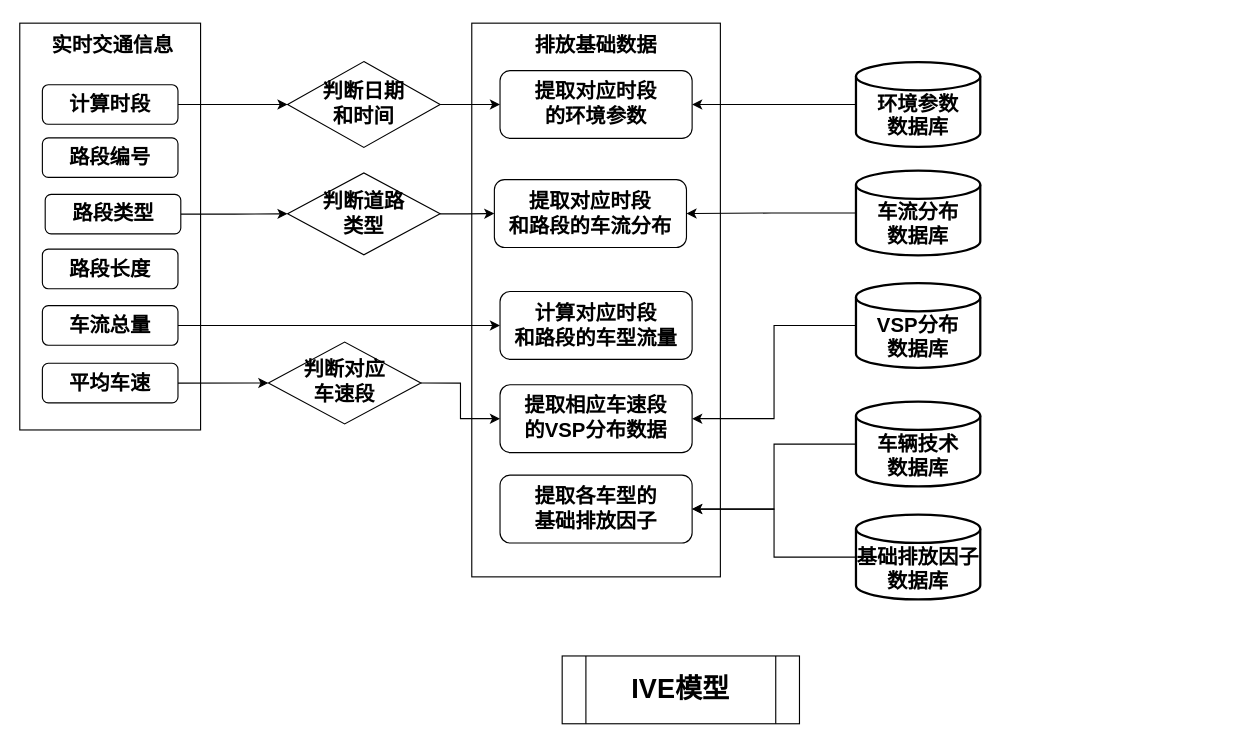
WienWong/Misc keeps this draw.io diagram as 论文给出的机动车排放量计算流程图.drawio. Above is the earlier version. Source tidied: cells renumbered, new cells numbered last; positions are measured from the earlier drawing's top-left corner, leaving out a move shared by most shapes. Both pictures are drawn from the tidied source at 113%, with x=0, y=0 at pixel (19, 23).
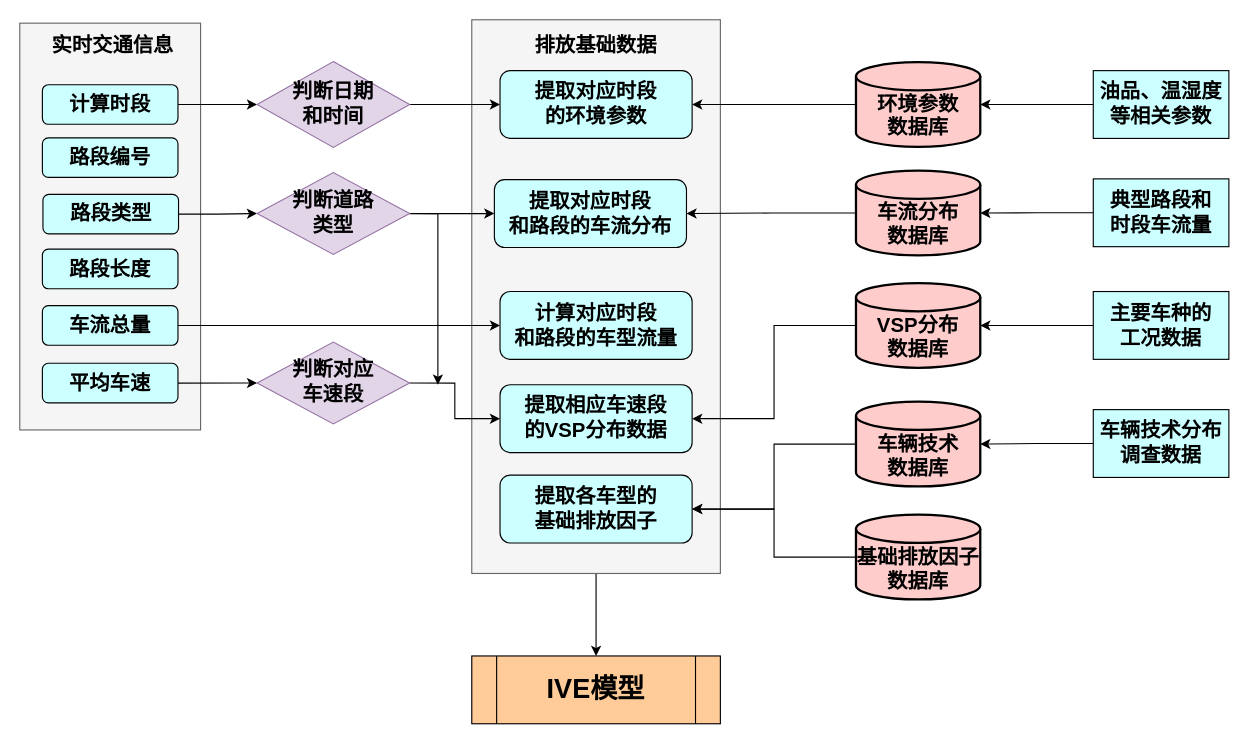
After the change.

Commit message (it also covers changes not shown here):
Update 论文给出的机动车排放量计算流程图.drawio

Diff of the diagram source:
```diff
@@
-    <mxCell id="2" style="rounded=0;whiteSpace=wrap;html=1;" parent="1" vertex="1">
+    <mxCell id="2" style="rounded=0;whiteSpace=wrap;html=1;fillColor=#f5f5f5;strokeColor=#666666;fontColor=#333333;" parent="1" vertex="1">
       <mxGeometry width="160" height="360" as="geometry" />
     </mxCell>
+    <mxCell id="38" style="edgeStyle=orthogonalEdgeStyle;rounded=0;jettySize=auto;html=1;exitX=0.5;exitY=1;exitDx=0;exitDy=0;" parent="1" edge="1" source="3" target="21">
+      <mxGeometry relative="1" as="geometry" />
+    </mxCell>
-    <mxCell id="3" style="rounded=0;whiteSpace=wrap;html=1;" parent="1" vertex="1">
-      <mxGeometry x="400" width="220" height="490" as="geometry" />
+    <mxCell id="3" style="rounded=0;whiteSpace=wrap;html=1;fillColor=#f5f5f5;strokeColor=#666666;fontColor=#333333;" parent="1" vertex="1">
+      <mxGeometry x="400" y="-3" width="220" height="490" as="geometry" />
     </mxCell>
@@
-    <mxCell id="5" value="&lt;font style=&quot;font-size: 18px&quot;&gt;&lt;b&gt;计算时段&lt;/b&gt;&lt;/font&gt;" style="rounded=1;whiteSpace=wrap;html=1;" parent="1" vertex="1">
+    <mxCell id="5" value="&lt;font style=&quot;font-size: 18px&quot;&gt;&lt;b&gt;计算时段&lt;/b&gt;&lt;/font&gt;" style="rounded=1;whiteSpace=wrap;html=1;fillColor=#CCFFFF;" parent="1" vertex="1">
       <mxGeometry x="20" y="54.5" width="120" height="35" as="geometry" />
     </mxCell>
@@
-    <mxCell id="7" value="&lt;b style=&quot;font-size: 18px&quot;&gt;计算对应时段&lt;br&gt;和路段的车型流量&lt;/b&gt;" style="rounded=1;whiteSpace=wrap;html=1;" parent="1" vertex="1">
+    <mxCell id="7" value="&lt;b style=&quot;font-size: 18px&quot;&gt;计算对应时段&lt;br&gt;和路段的车型流量&lt;/b&gt;" style="rounded=1;whiteSpace=wrap;html=1;fillColor=#CCFFFF;" parent="1" vertex="1">
       <mxGeometry x="425" y="237.5" width="170" height="60" as="geometry" />
     </mxCell>
-    <mxCell id="8" value="&lt;b style=&quot;font-size: 18px&quot;&gt;提取对应时段&lt;br&gt;的环境参数&lt;/b&gt;" style="rounded=1;whiteSpace=wrap;html=1;" parent="1" vertex="1">
+    <mxCell id="8" value="&lt;b style=&quot;font-size: 18px&quot;&gt;提取对应时段&lt;br&gt;的环境参数&lt;/b&gt;" style="rounded=1;whiteSpace=wrap;html=1;fillColor=#CCFFFF;" parent="1" vertex="1">
       <mxGeometry x="425" y="42" width="170" height="60" as="geometry" />
     </mxCell>
-    <mxCell id="9" value="&lt;b style=&quot;font-size: 18px&quot;&gt;提取对应时段&lt;br&gt;和路段的车流分布&lt;/b&gt;" style="rounded=1;whiteSpace=wrap;html=1;" parent="1" vertex="1">
+    <mxCell id="9" value="&lt;b style=&quot;font-size: 18px&quot;&gt;提取对应时段&lt;br&gt;和路段的车流分布&lt;/b&gt;" style="rounded=1;whiteSpace=wrap;html=1;fillColor=#CCFFFF;" parent="1" vertex="1">
       <mxGeometry x="420" y="138.5" width="170" height="60" as="geometry" />
     </mxCell>
-    <mxCell id="10" value="&lt;b style=&quot;font-size: 18px&quot;&gt;提取相应车速段&lt;br&gt;的VSP分布数据&lt;/b&gt;" style="rounded=1;whiteSpace=wrap;html=1;" parent="1" vertex="1">
+    <mxCell id="10" value="&lt;b style=&quot;font-size: 18px&quot;&gt;提取相应车速段&lt;br&gt;的VSP分布数据&lt;/b&gt;" style="rounded=1;whiteSpace=wrap;html=1;fillColor=#CCFFFF;" parent="1" vertex="1">
       <mxGeometry x="425" y="320" width="170" height="60" as="geometry" />
     </mxCell>
-    <mxCell id="11" value="&lt;b style=&quot;font-size: 18px&quot;&gt;提取各车型的&lt;br&gt;基础排放因子&lt;br&gt;&lt;/b&gt;" style="rounded=1;whiteSpace=wrap;html=1;" parent="1" vertex="1">
+    <mxCell id="11" value="&lt;b style=&quot;font-size: 18px&quot;&gt;提取各车型的&lt;br&gt;基础排放因子&lt;br&gt;&lt;/b&gt;" style="rounded=1;whiteSpace=wrap;html=1;fillColor=#CCFFFF;" parent="1" vertex="1">
       <mxGeometry x="425" y="400" width="170" height="60" as="geometry" />
     </mxCell>
@@
-    <mxCell id="13" value="&lt;b style=&quot;font-size: 18px&quot;&gt;路段编号&lt;/b&gt;" style="rounded=1;whiteSpace=wrap;html=1;" parent="1" vertex="1">
+    <mxCell id="13" value="&lt;b style=&quot;font-size: 18px&quot;&gt;路段编号&lt;/b&gt;" style="rounded=1;whiteSpace=wrap;html=1;fillColor=#CCFFFF;" parent="1" vertex="1">
       <mxGeometry x="20" y="101.5" width="120" height="35" as="geometry" />
     </mxCell>
@@
-    <mxCell id="15" value="&lt;b style=&quot;font-size: 18px&quot;&gt;路段类型&lt;/b&gt;" style="rounded=1;whiteSpace=wrap;html=1;" parent="1" vertex="1">
-      <mxGeometry x="22.5" y="151.5" width="120" height="35" as="geometry" />
+    <mxCell id="15" value="&lt;b style=&quot;font-size: 18px&quot;&gt;路段类型&lt;/b&gt;" style="rounded=1;whiteSpace=wrap;html=1;fillColor=#CCFFFF;" parent="1" vertex="1">
+      <mxGeometry x="20.5" y="151.5" width="120" height="35" as="geometry" />
     </mxCell>
-    <mxCell id="16" value="&lt;b style=&quot;font-size: 18px&quot;&gt;路段长度&lt;/b&gt;" style="rounded=1;whiteSpace=wrap;html=1;" parent="1" vertex="1">
+    <mxCell id="16" value="&lt;b style=&quot;font-size: 18px&quot;&gt;路段长度&lt;/b&gt;" style="rounded=1;whiteSpace=wrap;html=1;fillColor=#CCFFFF;" parent="1" vertex="1">
       <mxGeometry x="20" y="200" width="120" height="35" as="geometry" />
     </mxCell>
@@
-    <mxCell id="18" value="&lt;b style=&quot;font-size: 18px&quot;&gt;车流总量&lt;/b&gt;" style="rounded=1;whiteSpace=wrap;html=1;" parent="1" vertex="1">
+    <mxCell id="18" value="&lt;b style=&quot;font-size: 18px&quot;&gt;车流总量&lt;/b&gt;" style="rounded=1;whiteSpace=wrap;html=1;fillColor=#CCFFFF;" parent="1" vertex="1">
       <mxGeometry x="20" y="250" width="120" height="35" as="geometry" />
     </mxCell>
@@
-    <mxCell id="20" value="&lt;b style=&quot;font-size: 18px&quot;&gt;平均车速&lt;/b&gt;" style="rounded=1;whiteSpace=wrap;html=1;" parent="1" vertex="1">
+    <mxCell id="20" value="&lt;b style=&quot;font-size: 18px&quot;&gt;平均车速&lt;/b&gt;" style="rounded=1;whiteSpace=wrap;html=1;fillColor=#CCFFFF;" parent="1" vertex="1">
       <mxGeometry x="20" y="301" width="120" height="35" as="geometry" />
     </mxCell>
-    <mxCell id="21" value="&lt;font style=&quot;font-size: 24px&quot;&gt;&lt;b&gt;IVE模型&lt;/b&gt;&lt;/font&gt;" style="shape=process;whiteSpace=wrap;html=1;backgroundOutline=1;" parent="1" vertex="1">
-      <mxGeometry x="480" y="560" width="210" height="60" as="geometry" />
+    <mxCell id="21" value="&lt;font style=&quot;font-size: 24px&quot;&gt;&lt;b&gt;IVE模型&lt;/b&gt;&lt;/font&gt;" style="shape=process;whiteSpace=wrap;html=1;backgroundOutline=1;fillColor=#FFCC99;" parent="1" vertex="1">
+      <mxGeometry x="400" y="560" width="220" height="60" as="geometry" />
     </mxCell>
@@
-    <mxCell id="23" value="&lt;font style=&quot;font-size: 18px&quot;&gt;&lt;b&gt;&lt;br&gt;环境参数&lt;br&gt;数据库&lt;/b&gt;&lt;/font&gt;" style="strokeWidth=2;html=1;shape=mxgraph.flowchart.database;whiteSpace=wrap;" parent="1" vertex="1">
+    <mxCell id="23" value="&lt;font style=&quot;font-size: 18px&quot;&gt;&lt;b&gt;&lt;br&gt;环境参数&lt;br&gt;数据库&lt;/b&gt;&lt;/font&gt;" style="strokeWidth=2;html=1;shape=mxgraph.flowchart.database;whiteSpace=wrap;fillColor=#FFCCCC;" parent="1" vertex="1">
       <mxGeometry x="740" y="34.5" width="110" height="75" as="geometry" />
     </mxCell>
@@
-    <mxCell id="25" value="&lt;font style=&quot;font-size: 18px&quot;&gt;&lt;b&gt;&lt;br&gt;车流分布&lt;br&gt;数据库&lt;/b&gt;&lt;/font&gt;" style="strokeWidth=2;html=1;shape=mxgraph.flowchart.database;whiteSpace=wrap;" parent="1" vertex="1">
+    <mxCell id="25" value="&lt;font style=&quot;font-size: 18px&quot;&gt;&lt;b&gt;&lt;br&gt;车流分布&lt;br&gt;数据库&lt;/b&gt;&lt;/font&gt;" style="strokeWidth=2;html=1;shape=mxgraph.flowchart.database;whiteSpace=wrap;fillColor=#FFCCCC;" parent="1" vertex="1">
       <mxGeometry x="740" y="130.5" width="110" height="75" as="geometry" />
     </mxCell>
@@
-    <mxCell id="27" value="&lt;font style=&quot;font-size: 18px&quot;&gt;&lt;b&gt;&lt;br&gt;VSP分布&lt;br&gt;数据库&lt;/b&gt;&lt;/font&gt;" style="strokeWidth=2;html=1;shape=mxgraph.flowchart.database;whiteSpace=wrap;" parent="1" vertex="1">
+    <mxCell id="27" value="&lt;font style=&quot;font-size: 18px&quot;&gt;&lt;b&gt;&lt;br&gt;VSP分布&lt;br&gt;数据库&lt;/b&gt;&lt;/font&gt;" style="strokeWidth=2;html=1;shape=mxgraph.flowchart.database;whiteSpace=wrap;fillColor=#FFCCCC;" parent="1" vertex="1">
       <mxGeometry x="740" y="230" width="110" height="75" as="geometry" />
     </mxCell>
@@
-    <mxCell id="29" value="&lt;font style=&quot;font-size: 18px&quot;&gt;&lt;b&gt;&lt;br&gt;车辆技术&lt;br&gt;数据库&lt;/b&gt;&lt;/font&gt;" style="strokeWidth=2;html=1;shape=mxgraph.flowchart.database;whiteSpace=wrap;" parent="1" vertex="1">
+    <mxCell id="29" value="&lt;font style=&quot;font-size: 18px&quot;&gt;&lt;b&gt;&lt;br&gt;车辆技术&lt;br&gt;数据库&lt;/b&gt;&lt;/font&gt;" style="strokeWidth=2;html=1;shape=mxgraph.flowchart.database;whiteSpace=wrap;fillColor=#FFCCCC;" parent="1" vertex="1">
       <mxGeometry x="740" y="335" width="110" height="75" as="geometry" />
     </mxCell>
@@
-    <mxCell id="31" value="&lt;font style=&quot;font-size: 18px&quot;&gt;&lt;b&gt;&lt;br&gt;基础排放因子数据库&lt;/b&gt;&lt;/font&gt;" style="strokeWidth=2;html=1;shape=mxgraph.flowchart.database;whiteSpace=wrap;" parent="1" vertex="1">
+    <mxCell id="31" value="&lt;font style=&quot;font-size: 18px&quot;&gt;&lt;b&gt;&lt;br&gt;基础排放因子数据库&lt;/b&gt;&lt;/font&gt;" style="strokeWidth=2;html=1;shape=mxgraph.flowchart.database;whiteSpace=wrap;fillColor=#FFCCCC;" parent="1" vertex="1">
       <mxGeometry x="740" y="435" width="110" height="75" as="geometry" />
     </mxCell>
@@
-    <mxCell id="33" value="&lt;b style=&quot;font-size: 18px&quot;&gt;判断日期&lt;br&gt;和时间&lt;/b&gt;" style="strokeWidth=1;html=1;shape=mxgraph.flowchart.decision;whiteSpace=wrap;" parent="1" vertex="1">
-      <mxGeometry x="237" y="34" width="135" height="76" as="geometry" />
+    <mxCell id="33" value="&lt;b style=&quot;font-size: 18px&quot;&gt;判断日期&lt;br&gt;和时间&lt;/b&gt;" style="strokeWidth=1;html=1;shape=mxgraph.flowchart.decision;whiteSpace=wrap;fillColor=#e1d5e7;strokeColor=#9673a6;" parent="1" vertex="1">
+      <mxGeometry x="210" y="34" width="135" height="76" as="geometry" />
     </mxCell>
@@
+    <mxCell id="39" style="edgeStyle=orthogonalEdgeStyle;rounded=0;jettySize=auto;html=1;exitX=0.5;exitY=0;exitDx=0;exitDy=0;exitPerimeter=0;" parent="1" edge="1" source="35">
+      <mxGeometry relative="1" as="geometry">
+        <mxPoint x="370" y="320" as="targetPoint" />
+        <Array as="points">
+          <mxPoint x="370" y="169" />
+        </Array>
+      </mxGeometry>
+    </mxCell>
-    <mxCell id="35" value="&lt;b style=&quot;font-size: 18px&quot;&gt;判断道路&lt;br&gt;类型&lt;/b&gt;" style="strokeWidth=1;html=1;shape=mxgraph.flowchart.decision;whiteSpace=wrap;direction=south;" parent="1" vertex="1">
-      <mxGeometry x="237" y="132.5" width="135" height="72.5" as="geometry" />
+    <mxCell id="35" value="&lt;b style=&quot;font-size: 18px&quot;&gt;判断道路&lt;br&gt;类型&lt;/b&gt;" style="strokeWidth=1;html=1;shape=mxgraph.flowchart.decision;whiteSpace=wrap;direction=south;fillColor=#e1d5e7;strokeColor=#9673a6;" parent="1" vertex="1">
+      <mxGeometry x="210" y="132.2" width="135" height="72.5" as="geometry" />
     </mxCell>
@@
-    <mxCell id="37" value="&lt;b style=&quot;font-size: 18px&quot;&gt;判断对应&lt;br&gt;车速段&lt;/b&gt;" style="strokeWidth=1;html=1;shape=mxgraph.flowchart.decision;whiteSpace=wrap;direction=south;" parent="1" vertex="1">
-      <mxGeometry x="220" y="282.2" width="135" height="72.5" as="geometry" />
+    <mxCell id="37" value="&lt;b style=&quot;font-size: 18px&quot;&gt;判断对应&lt;br&gt;车速段&lt;/b&gt;" style="strokeWidth=1;html=1;shape=mxgraph.flowchart.decision;whiteSpace=wrap;direction=south;fillColor=#e1d5e7;strokeColor=#9673a6;" parent="1" vertex="1">
+      <mxGeometry x="210" y="282.2" width="135" height="72.5" as="geometry" />
     </mxCell>
+    <mxCell id="40" style="edgeStyle=orthogonalEdgeStyle;rounded=0;jettySize=auto;html=1;exitX=0;exitY=0.5;exitDx=0;exitDy=0;entryX=1;entryY=0.5;entryDx=0;entryDy=0;entryPerimeter=0;" parent="1" edge="1" source="41" target="23">
+      <mxGeometry relative="1" as="geometry" />
+    </mxCell>
+    <mxCell id="41" value="&lt;font style=&quot;font-size: 18px&quot;&gt;&lt;b&gt;油品、温湿度等相关参数&lt;/b&gt;&lt;/font&gt;" style="rounded=0;whiteSpace=wrap;html=1;strokeWidth=1;fillColor=#CCFFFF;" parent="1" vertex="1">
+      <mxGeometry x="950" y="42" width="120" height="60" as="geometry" />
+    </mxCell>
+    <mxCell id="42" style="edgeStyle=orthogonalEdgeStyle;rounded=0;jettySize=auto;html=1;exitX=0;exitY=0.5;exitDx=0;exitDy=0;entryX=1;entryY=0.5;entryDx=0;entryDy=0;entryPerimeter=0;" parent="1" edge="1" source="43" target="25">
+      <mxGeometry relative="1" as="geometry" />
+    </mxCell>
+    <mxCell id="43" value="&lt;font style=&quot;font-size: 18px&quot;&gt;&lt;b&gt;典型路段和&lt;br&gt;时段车流量&lt;/b&gt;&lt;/font&gt;" style="rounded=0;whiteSpace=wrap;html=1;strokeWidth=1;fillColor=#CCFFFF;" parent="1" vertex="1">
+      <mxGeometry x="950" y="137.8" width="120" height="60" as="geometry" />
+    </mxCell>
+    <mxCell id="44" style="edgeStyle=orthogonalEdgeStyle;rounded=0;jettySize=auto;html=1;exitX=0;exitY=0.5;exitDx=0;exitDy=0;entryX=1;entryY=0.5;entryDx=0;entryDy=0;entryPerimeter=0;" parent="1" edge="1" source="45" target="27">
+      <mxGeometry relative="1" as="geometry" />
+    </mxCell>
+    <mxCell id="45" value="&lt;span style=&quot;font-size: 18px&quot;&gt;&lt;b&gt;主要车种的&lt;br&gt;工况数据&lt;/b&gt;&lt;/span&gt;" style="rounded=0;whiteSpace=wrap;html=1;strokeWidth=1;fillColor=#CCFFFF;" parent="1" vertex="1">
+      <mxGeometry x="950" y="237.5" width="120" height="60" as="geometry" />
+    </mxCell>
+    <mxCell id="46" style="edgeStyle=orthogonalEdgeStyle;rounded=0;jettySize=auto;html=1;exitX=0;exitY=0.5;exitDx=0;exitDy=0;" parent="1" edge="1" source="47" target="29">
+      <mxGeometry relative="1" as="geometry" />
+    </mxCell>
+    <mxCell id="47" value="&lt;span style=&quot;font-size: 18px&quot;&gt;&lt;b&gt;车辆技术分布调查数据&lt;/b&gt;&lt;/span&gt;" style="rounded=0;whiteSpace=wrap;html=1;strokeWidth=1;fillColor=#CCFFFF;" parent="1" vertex="1">
+      <mxGeometry x="950" y="342" width="120" height="60" as="geometry" />
+    </mxCell>
```
